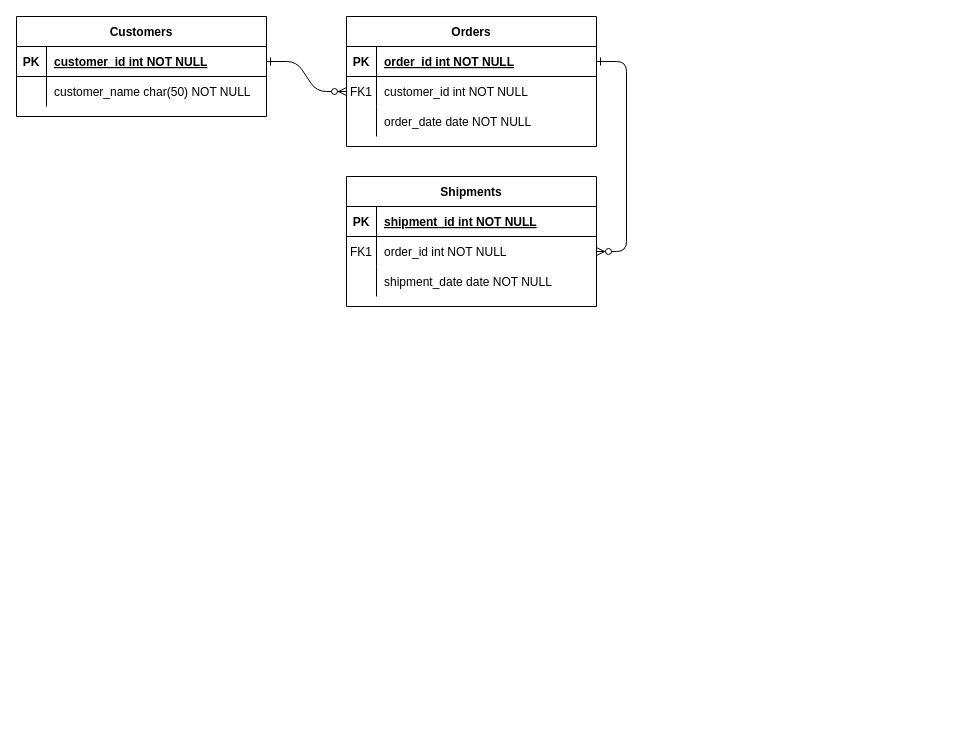
YagizTansu/Laravel_GoogleMapsApi-_OfferDistrubitionToMaps keeps this draw.io diagram as Untitled Diagram.drawio. Above is the earlier version. Source tidied: cells renumbered, new cells numbered last; positions are measured from the earlier drawing's top-left corner, leaving out a move shared by most shapes. Both pictures are drawn from the tidied source at 100%, with x=0, y=0 at pixel (16, 16).
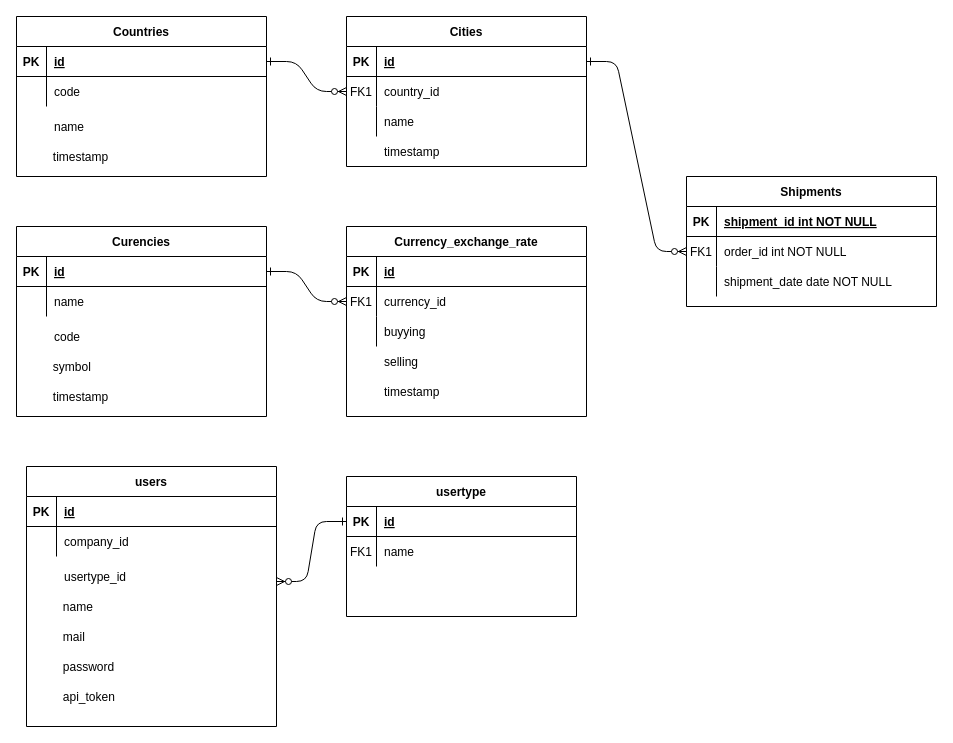
After the change.

Unchanged cells that the change refers to:
```xml
<mxCell id="25" style="shape=partialRectangle;fillColor=none;points=[[0,0.5],[1,0.5]];portConstraint=eastwest;top=0;left=0;right=0;bottom=1;" parent="24" vertex="1">
  <mxGeometry y="30" width="250" height="30" as="geometry" />
</mxCell>
<mxCell id="28" style="shape=partialRectangle;fillColor=none;top=0;left=0;right=0;bottom=0;" parent="24" vertex="1">
  <mxGeometry y="60" width="250" height="30" as="geometry" />
</mxCell>
```

Change to the diagram source:
```diff
@@
-    <mxCell id="4" value="Orders" style="shape=table;startSize=30;childLayout=tableLayout;rowLines=0;fontStyle=1;align=center;" parent="1" vertex="1">
-      <mxGeometry x="330" width="250" height="130" as="geometry" />
+    <mxCell id="4" value="Cities" style="shape=table;startSize=30;childLayout=tableLayout;rowLines=0;fontStyle=1;align=center;" parent="1" vertex="1">
+      <mxGeometry x="330" width="240" height="150" as="geometry" />
     </mxCell>
     <mxCell id="5" style="shape=partialRectangle;fillColor=none;points=[[0,0.5],[1,0.5]];portConstraint=eastwest;top=0;left=0;right=0;bottom=1;" parent="4" vertex="1">
-      <mxGeometry y="30" width="250" height="30" as="geometry" />
+      <mxGeometry y="30" width="240" height="30" as="geometry" />
     </mxCell>
@@
-    <mxCell id="7" value="order_id int NOT NULL " style="shape=partialRectangle;overflow=hidden;fillColor=none;top=0;left=0;bottom=0;right=0;align=left;spacingLeft=6;fontStyle=5;" parent="5" vertex="1">
-      <mxGeometry x="30" width="220" height="30" as="geometry" />
+    <mxCell id="7" value="id" style="shape=partialRectangle;overflow=hidden;fillColor=none;top=0;left=0;bottom=0;right=0;align=left;spacingLeft=6;fontStyle=5;" parent="5" vertex="1">
+      <mxGeometry x="30" width="210" height="30" as="geometry" />
     </mxCell>
     <mxCell id="8" style="shape=partialRectangle;fillColor=none;points=[[0,0.5],[1,0.5]];portConstraint=eastwest;top=0;left=0;right=0;bottom=0;" parent="4" vertex="1">
-      <mxGeometry y="60" width="250" height="30" as="geometry" />
+      <mxGeometry y="60" width="240" height="30" as="geometry" />
     </mxCell>
@@
-    <mxCell id="10" value="customer_id int NOT NULL" style="shape=partialRectangle;overflow=hidden;fillColor=none;top=0;left=0;bottom=0;right=0;align=left;spacingLeft=6;" parent="8" vertex="1">
-      <mxGeometry x="30" width="220" height="30" as="geometry" />
+    <mxCell id="10" value="country_id" style="shape=partialRectangle;overflow=hidden;fillColor=none;top=0;left=0;bottom=0;right=0;align=left;spacingLeft=6;" parent="8" vertex="1">
+      <mxGeometry x="30" width="210" height="30" as="geometry" />
     </mxCell>
     <mxCell id="11" style="shape=partialRectangle;fillColor=none;top=0;left=0;right=0;bottom=0;" parent="4" vertex="1">
-      <mxGeometry y="90" width="250" height="30" as="geometry" />
+      <mxGeometry y="90" width="240" height="30" as="geometry" />
     </mxCell>
@@
-    <mxCell id="13" value="order_date date NOT NULL" style="shape=partialRectangle;overflow=hidden;fillColor=none;top=0;left=0;bottom=0;right=0;align=left;spacingLeft=6;" parent="11" vertex="1">
-      <mxGeometry x="30" width="220" height="30" as="geometry" />
+    <mxCell id="13" value="name" style="shape=partialRectangle;overflow=hidden;fillColor=none;top=0;left=0;bottom=0;right=0;align=left;spacingLeft=6;" parent="11" vertex="1">
+      <mxGeometry x="30" width="210" height="30" as="geometry" />
     </mxCell>
     <mxCell id="14" value="Shipments" style="shape=table;startSize=30;childLayout=tableLayout;rowLines=0;fontStyle=1;align=center;" parent="1" vertex="1">
-      <mxGeometry x="330" y="160" width="250" height="130" as="geometry" />
+      <mxGeometry x="670" y="160" width="250" height="130" as="geometry" />
     </mxCell>
@@
-    <mxCell id="24" value="Customers" style="shape=table;startSize=30;childLayout=tableLayout;rowLines=0;fontStyle=1;align=center;" parent="1" vertex="1">
-      <mxGeometry width="250" height="100" as="geometry" />
+    <mxCell id="24" value="Countries" style="shape=table;startSize=30;childLayout=tableLayout;rowLines=0;fontStyle=1;align=center;" parent="1" vertex="1">
+      <mxGeometry width="250" height="160" as="geometry" />
     </mxCell>
@@
-    <mxCell id="27" value="customer_id int NOT NULL " style="shape=partialRectangle;overflow=hidden;fillColor=none;top=0;left=0;bottom=0;right=0;align=left;spacingLeft=6;fontStyle=5;" parent="25" vertex="1">
+    <mxCell id="27" value="id" style="shape=partialRectangle;overflow=hidden;fillColor=none;top=0;left=0;bottom=0;right=0;align=left;spacingLeft=6;fontStyle=5;" parent="25" vertex="1">
       <mxGeometry x="30" width="220" height="30" as="geometry" />
     </mxCell>
@@
-    <mxCell id="30" value="customer_name char(50) NOT NULL" style="shape=partialRectangle;overflow=hidden;fillColor=none;top=0;left=0;bottom=0;right=0;align=left;spacingLeft=6;" parent="28" vertex="1">
+    <mxCell id="30" value="code" style="shape=partialRectangle;overflow=hidden;fillColor=none;top=0;left=0;bottom=0;right=0;align=left;spacingLeft=6;" parent="28" vertex="1">
       <mxGeometry x="30" width="220" height="30" as="geometry" />
     </mxCell>
+    <mxCell id="31" style="shape=partialRectangle;fillColor=none;top=0;left=0;right=0;bottom=0;" parent="1" vertex="1">
+      <mxGeometry y="100" width="250" height="30" as="geometry" />
+    </mxCell>
+    <mxCell id="32" style="shape=partialRectangle;overflow=hidden;fillColor=none;top=0;left=0;bottom=0;right=0;" parent="31" vertex="1">
+      <mxGeometry width="30" height="30" as="geometry" />
+    </mxCell>
+    <mxCell id="33" value="name" style="shape=partialRectangle;overflow=hidden;fillColor=none;top=0;left=0;bottom=0;right=0;align=left;spacingLeft=6;" parent="31" vertex="1">
+      <mxGeometry x="30" width="200" height="20" as="geometry" />
+    </mxCell>
+    <mxCell id="34" style="shape=partialRectangle;fillColor=none;top=0;left=0;right=0;bottom=0;" parent="1" vertex="1">
+      <mxGeometry y="130" width="240" height="30" as="geometry" />
+    </mxCell>
+    <mxCell id="35" style="shape=partialRectangle;overflow=hidden;fillColor=none;top=0;left=0;bottom=0;right=0;" parent="34" vertex="1">
+      <mxGeometry width="28.8" height="30" as="geometry" />
+    </mxCell>
+    <mxCell id="36" value="timestamp" style="shape=partialRectangle;overflow=hidden;fillColor=none;top=0;left=0;bottom=0;right=0;align=left;spacingLeft=6;" parent="34" vertex="1">
+      <mxGeometry x="28.8" width="192" height="20" as="geometry" />
+    </mxCell>
+    <mxCell id="37" value="timestamp" style="shape=partialRectangle;overflow=hidden;fillColor=none;top=0;left=0;bottom=0;right=0;align=left;spacingLeft=6;" parent="1" vertex="1">
+      <mxGeometry x="360" y="120" width="220" height="30" as="geometry" />
+    </mxCell>
+    <mxCell id="38" style="edgeStyle=entityRelationEdgeStyle;endArrow=ERzeroToMany;startArrow=ERone;endFill=1;startFill=0;" parent="1" edge="1" source="50" target="43">
+      <mxGeometry relative="1" as="geometry" />
+    </mxCell>
+    <mxCell id="39" value="Currency_exchange_rate" style="shape=table;startSize=30;childLayout=tableLayout;rowLines=0;fontStyle=1;align=center;" parent="1" vertex="1">
+      <mxGeometry x="330" y="210" width="240" height="190" as="geometry" />
+    </mxCell>
+    <mxCell id="40" style="shape=partialRectangle;fillColor=none;top=0;left=0;right=0;bottom=1;" parent="39" vertex="1">
+      <mxGeometry y="30" width="240" height="30" as="geometry" />
+    </mxCell>
+    <mxCell id="41" value="PK" style="shape=partialRectangle;overflow=hidden;fillColor=none;top=0;left=0;bottom=0;right=0;fontStyle=1;" parent="40" vertex="1">
+      <mxGeometry width="30" height="30" as="geometry" />
+    </mxCell>
+    <mxCell id="42" value="id" style="shape=partialRectangle;overflow=hidden;fillColor=none;top=0;left=0;bottom=0;right=0;align=left;spacingLeft=6;fontStyle=5;" parent="40" vertex="1">
+      <mxGeometry x="30" width="210" height="30" as="geometry" />
+    </mxCell>
+    <mxCell id="43" style="shape=partialRectangle;fillColor=none;points=[[0,0.5],[1,0.5]];portConstraint=eastwest;top=0;left=0;right=0;bottom=0;" parent="39" vertex="1">
+      <mxGeometry y="60" width="240" height="30" as="geometry" />
+    </mxCell>
+    <mxCell id="44" value="FK1" style="shape=partialRectangle;overflow=hidden;fillColor=none;top=0;left=0;bottom=0;right=0;" parent="43" vertex="1">
+      <mxGeometry width="30" height="30" as="geometry" />
+    </mxCell>
+    <mxCell id="45" value="currency_id" style="shape=partialRectangle;overflow=hidden;fillColor=none;top=0;left=0;bottom=0;right=0;align=left;spacingLeft=6;" parent="43" vertex="1">
+      <mxGeometry x="30" width="210" height="30" as="geometry" />
+    </mxCell>
+    <mxCell id="46" style="shape=partialRectangle;fillColor=none;top=0;left=0;right=0;bottom=0;" parent="39" vertex="1">
+      <mxGeometry y="90" width="240" height="30" as="geometry" />
+    </mxCell>
+    <mxCell id="47" style="shape=partialRectangle;overflow=hidden;fillColor=none;top=0;left=0;bottom=0;right=0;" parent="46" vertex="1">
+      <mxGeometry width="30" height="30" as="geometry" />
+    </mxCell>
+    <mxCell id="48" value="buyying" style="shape=partialRectangle;overflow=hidden;fillColor=none;top=0;left=0;bottom=0;right=0;align=left;spacingLeft=6;" parent="46" vertex="1">
+      <mxGeometry x="30" width="210" height="30" as="geometry" />
+    </mxCell>
+    <mxCell id="49" value="Curencies" style="shape=table;startSize=30;childLayout=tableLayout;rowLines=0;fontStyle=1;align=center;" parent="1" vertex="1">
+      <mxGeometry y="210" width="250" height="190" as="geometry" />
+    </mxCell>
+    <mxCell id="50" style="shape=partialRectangle;fillColor=none;points=[[0,0.5],[1,0.5]];portConstraint=eastwest;top=0;left=0;right=0;bottom=1;" parent="49" vertex="1">
+      <mxGeometry y="30" width="250" height="30" as="geometry" />
+    </mxCell>
+    <mxCell id="51" value="PK" style="shape=partialRectangle;overflow=hidden;fillColor=none;top=0;left=0;bottom=0;right=0;fontStyle=1;" parent="50" vertex="1">
+      <mxGeometry width="30" height="30" as="geometry" />
+    </mxCell>
+    <mxCell id="52" value="id" style="shape=partialRectangle;overflow=hidden;fillColor=none;top=0;left=0;bottom=0;right=0;align=left;spacingLeft=6;fontStyle=5;" parent="50" vertex="1">
+      <mxGeometry x="30" width="220" height="30" as="geometry" />
+    </mxCell>
+    <mxCell id="53" style="shape=partialRectangle;fillColor=none;top=0;left=0;right=0;bottom=0;" parent="49" vertex="1">
+      <mxGeometry y="60" width="250" height="30" as="geometry" />
+    </mxCell>
+    <mxCell id="54" style="shape=partialRectangle;overflow=hidden;fillColor=none;top=0;left=0;bottom=0;right=0;" parent="53" vertex="1">
+      <mxGeometry width="30" height="30" as="geometry" />
+    </mxCell>
+    <mxCell id="55" value="name" style="shape=partialRectangle;overflow=hidden;fillColor=none;top=0;left=0;bottom=0;right=0;align=left;spacingLeft=6;" parent="53" vertex="1">
+      <mxGeometry x="30" width="220" height="30" as="geometry" />
+    </mxCell>
+    <mxCell id="56" style="shape=partialRectangle;fillColor=none;top=0;left=0;right=0;bottom=0;" parent="1" vertex="1">
+      <mxGeometry y="310" width="250" height="30" as="geometry" />
+    </mxCell>
+    <mxCell id="57" style="shape=partialRectangle;overflow=hidden;fillColor=none;top=0;left=0;bottom=0;right=0;" parent="56" vertex="1">
+      <mxGeometry width="30" height="30" as="geometry" />
+    </mxCell>
+    <mxCell id="58" value="code" style="shape=partialRectangle;overflow=hidden;fillColor=none;top=0;left=0;bottom=0;right=0;align=left;spacingLeft=6;" parent="56" vertex="1">
+      <mxGeometry x="30" width="200" height="20" as="geometry" />
+    </mxCell>
+    <mxCell id="59" style="shape=partialRectangle;fillColor=none;top=0;left=0;right=0;bottom=0;" parent="1" vertex="1">
+      <mxGeometry y="340" width="240" height="30" as="geometry" />
+    </mxCell>
+    <mxCell id="60" style="shape=partialRectangle;overflow=hidden;fillColor=none;top=0;left=0;bottom=0;right=0;" parent="59" vertex="1">
+      <mxGeometry width="28.8" height="30" as="geometry" />
+    </mxCell>
+    <mxCell id="61" value="symbol" style="shape=partialRectangle;overflow=hidden;fillColor=none;top=0;left=0;bottom=0;right=0;align=left;spacingLeft=6;" parent="59" vertex="1">
+      <mxGeometry x="28.8" width="192" height="20" as="geometry" />
+    </mxCell>
+    <mxCell id="62" value="timestamp" style="shape=partialRectangle;overflow=hidden;fillColor=none;top=0;left=0;bottom=0;right=0;align=left;spacingLeft=6;" parent="1" vertex="1">
+      <mxGeometry x="360" y="360" width="220" height="30" as="geometry" />
+    </mxCell>
+    <mxCell id="63" style="shape=partialRectangle;fillColor=none;top=0;left=0;right=0;bottom=0;" parent="1" vertex="1">
+      <mxGeometry y="370" width="240" height="30" as="geometry" />
+    </mxCell>
+    <mxCell id="64" style="shape=partialRectangle;overflow=hidden;fillColor=none;top=0;left=0;bottom=0;right=0;" parent="63" vertex="1">
+      <mxGeometry width="28.8" height="30" as="geometry" />
+    </mxCell>
+    <mxCell id="65" value="timestamp" style="shape=partialRectangle;overflow=hidden;fillColor=none;top=0;left=0;bottom=0;right=0;align=left;spacingLeft=6;" parent="63" vertex="1">
+      <mxGeometry x="28.8" width="192" height="20" as="geometry" />
+    </mxCell>
+    <mxCell id="66" value="selling" style="shape=partialRectangle;overflow=hidden;fillColor=none;top=0;left=0;bottom=0;right=0;align=left;spacingLeft=6;" parent="1" vertex="1">
+      <mxGeometry x="360" y="330" width="220" height="30" as="geometry" />
+    </mxCell>
+    <mxCell id="67" style="edgeStyle=entityRelationEdgeStyle;endArrow=ERzeroToMany;startArrow=ERone;endFill=1;startFill=0;exitX=0;exitY=0.5;exitDx=0;exitDy=0;entryX=1;entryY=0.5;entryDx=0;entryDy=0;" parent="1" edge="1" source="69" target="82">
+      <mxGeometry relative="1" as="geometry" />
+    </mxCell>
+    <mxCell id="68" value="usertype" style="shape=table;startSize=30;childLayout=tableLayout;rowLines=0;fontStyle=1;align=center;" parent="1" vertex="1">
+      <mxGeometry x="330" y="460" width="230" height="140" as="geometry" />
+    </mxCell>
+    <mxCell id="69" style="shape=partialRectangle;fillColor=none;points=[[0,0.5],[1,0.5]];portConstraint=eastwest;top=0;left=0;right=0;bottom=1;" parent="68" vertex="1">
+      <mxGeometry y="30" width="230" height="30" as="geometry" />
+    </mxCell>
+    <mxCell id="70" value="PK" style="shape=partialRectangle;overflow=hidden;fillColor=none;top=0;left=0;bottom=0;right=0;fontStyle=1;" parent="69" vertex="1">
+      <mxGeometry width="30" height="30" as="geometry" />
+    </mxCell>
+    <mxCell id="71" value="id" style="shape=partialRectangle;overflow=hidden;fillColor=none;top=0;left=0;bottom=0;right=0;align=left;spacingLeft=6;fontStyle=5;" parent="69" vertex="1">
+      <mxGeometry x="30" width="200" height="30" as="geometry" />
+    </mxCell>
+    <mxCell id="72" style="shape=partialRectangle;fillColor=none;top=0;left=0;right=0;bottom=0;" parent="68" vertex="1">
+      <mxGeometry y="60" width="230" height="30" as="geometry" />
+    </mxCell>
+    <mxCell id="73" value="FK1" style="shape=partialRectangle;overflow=hidden;fillColor=none;top=0;left=0;bottom=0;right=0;" parent="72" vertex="1">
+      <mxGeometry width="30" height="30" as="geometry" />
+    </mxCell>
+    <mxCell id="74" value="name" style="shape=partialRectangle;overflow=hidden;fillColor=none;top=0;left=0;bottom=0;right=0;align=left;spacingLeft=6;" parent="72" vertex="1">
+      <mxGeometry x="30" width="200" height="30" as="geometry" />
+    </mxCell>
+    <mxCell id="75" value="users" style="shape=table;startSize=30;childLayout=tableLayout;rowLines=0;fontStyle=1;align=center;" parent="1" vertex="1">
+      <mxGeometry x="10" y="450" width="250" height="260" as="geometry" />
+    </mxCell>
+    <mxCell id="76" style="shape=partialRectangle;fillColor=none;top=0;left=0;right=0;bottom=1;" parent="75" vertex="1">
+      <mxGeometry y="30" width="250" height="30" as="geometry" />
+    </mxCell>
+    <mxCell id="77" value="PK" style="shape=partialRectangle;overflow=hidden;fillColor=none;top=0;left=0;bottom=0;right=0;fontStyle=1;" parent="76" vertex="1">
+      <mxGeometry width="30" height="30" as="geometry" />
+    </mxCell>
+    <mxCell id="78" value="id" style="shape=partialRectangle;overflow=hidden;fillColor=none;top=0;left=0;bottom=0;right=0;align=left;spacingLeft=6;fontStyle=5;" parent="76" vertex="1">
+      <mxGeometry x="30" width="220" height="30" as="geometry" />
+    </mxCell>
+    <mxCell id="79" style="shape=partialRectangle;fillColor=none;top=0;left=0;right=0;bottom=0;" parent="75" vertex="1">
+      <mxGeometry y="60" width="250" height="30" as="geometry" />
+    </mxCell>
+    <mxCell id="80" style="shape=partialRectangle;overflow=hidden;fillColor=none;top=0;left=0;bottom=0;right=0;" parent="79" vertex="1">
+      <mxGeometry width="30" height="30" as="geometry" />
+    </mxCell>
+    <mxCell id="81" value="company_id" style="shape=partialRectangle;overflow=hidden;fillColor=none;top=0;left=0;bottom=0;right=0;align=left;spacingLeft=6;" parent="79" vertex="1">
+      <mxGeometry x="30" width="220" height="30" as="geometry" />
+    </mxCell>
+    <mxCell id="82" style="shape=partialRectangle;fillColor=none;points=[[0,0.5],[1,0.5]];portConstraint=eastwest;top=0;left=0;right=0;bottom=0;" parent="1" vertex="1">
+      <mxGeometry x="10" y="550" width="250" height="30" as="geometry" />
+    </mxCell>
+    <mxCell id="83" style="shape=partialRectangle;overflow=hidden;fillColor=none;top=0;left=0;bottom=0;right=0;" parent="82" vertex="1">
+      <mxGeometry width="30" height="30" as="geometry" />
+    </mxCell>
+    <mxCell id="84" value="usertype_id" style="shape=partialRectangle;overflow=hidden;fillColor=none;top=0;left=0;bottom=0;right=0;align=left;spacingLeft=6;" parent="82" vertex="1">
+      <mxGeometry x="30" width="200" height="20" as="geometry" />
+    </mxCell>
+    <mxCell id="85" style="shape=partialRectangle;fillColor=none;top=0;left=0;right=0;bottom=0;" parent="1" vertex="1">
+      <mxGeometry x="10" y="580" width="240" height="30" as="geometry" />
+    </mxCell>
+    <mxCell id="86" style="shape=partialRectangle;overflow=hidden;fillColor=none;top=0;left=0;bottom=0;right=0;" parent="85" vertex="1">
+      <mxGeometry width="28.8" height="30" as="geometry" />
+    </mxCell>
+    <mxCell id="87" value="name" style="shape=partialRectangle;overflow=hidden;fillColor=none;top=0;left=0;bottom=0;right=0;align=left;spacingLeft=6;" parent="85" vertex="1">
+      <mxGeometry x="28.8" width="192" height="20" as="geometry" />
+    </mxCell>
+    <mxCell id="88" style="shape=partialRectangle;fillColor=none;top=0;left=0;right=0;bottom=0;" parent="1" vertex="1">
+      <mxGeometry x="10" y="610" width="240" height="30" as="geometry" />
+    </mxCell>
+    <mxCell id="89" style="shape=partialRectangle;overflow=hidden;fillColor=none;top=0;left=0;bottom=0;right=0;" parent="88" vertex="1">
+      <mxGeometry width="28.8" height="30" as="geometry" />
+    </mxCell>
+    <mxCell id="90" value="mail" style="shape=partialRectangle;overflow=hidden;fillColor=none;top=0;left=0;bottom=0;right=0;align=left;spacingLeft=6;" parent="88" vertex="1">
+      <mxGeometry x="28.8" width="192" height="20" as="geometry" />
+    </mxCell>
+    <mxCell id="91" style="shape=partialRectangle;fillColor=none;top=0;left=0;right=0;bottom=0;" parent="1" vertex="1">
+      <mxGeometry x="10" y="640" width="240" height="30" as="geometry" />
+    </mxCell>
+    <mxCell id="92" style="shape=partialRectangle;overflow=hidden;fillColor=none;top=0;left=0;bottom=0;right=0;" parent="91" vertex="1">
+      <mxGeometry width="28.8" height="30" as="geometry" />
+    </mxCell>
+    <mxCell id="93" value="password" style="shape=partialRectangle;overflow=hidden;fillColor=none;top=0;left=0;bottom=0;right=0;align=left;spacingLeft=6;" parent="91" vertex="1">
+      <mxGeometry x="28.8" width="192" height="20" as="geometry" />
+    </mxCell>
+    <mxCell id="94" style="shape=partialRectangle;fillColor=none;top=0;left=0;right=0;bottom=0;" parent="1" vertex="1">
+      <mxGeometry x="10" y="670" width="240" height="30" as="geometry" />
+    </mxCell>
+    <mxCell id="95" style="shape=partialRectangle;overflow=hidden;fillColor=none;top=0;left=0;bottom=0;right=0;" parent="94" vertex="1">
+      <mxGeometry width="28.8" height="30" as="geometry" />
+    </mxCell>
+    <mxCell id="96" value="api_token" style="shape=partialRectangle;overflow=hidden;fillColor=none;top=0;left=0;bottom=0;right=0;align=left;spacingLeft=6;" parent="94" vertex="1">
+      <mxGeometry x="28.8" width="192" height="20" as="geometry" />
+    </mxCell>
```
